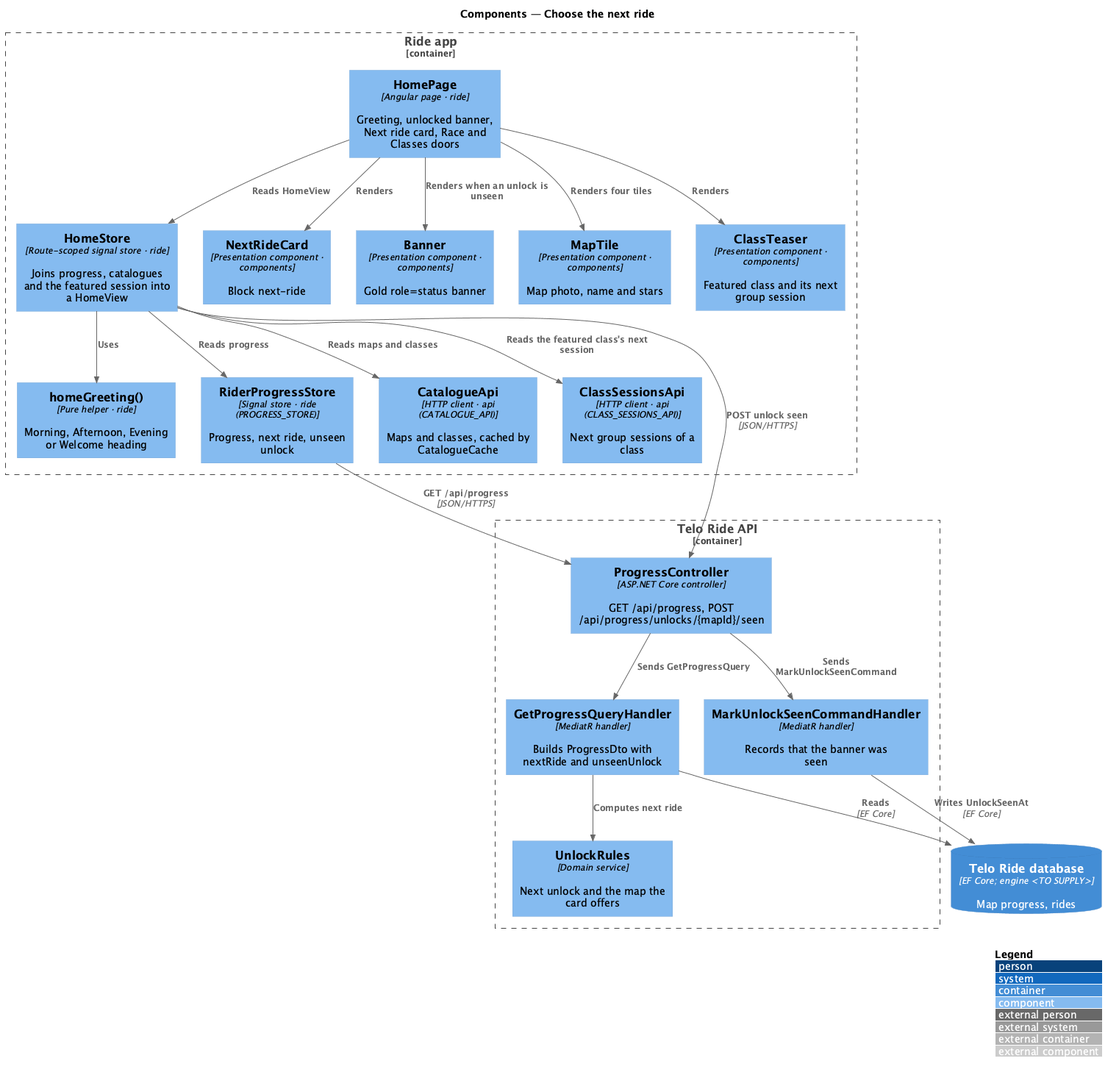
Before: docs/detailed-designs/home/choose-the-next-ride/diagrams/c4-component.png, a diagram exported from PlantUML (QuinntyneBrown/ride-one). The source it was exported from:
```plantuml
@startuml
!include <C4/C4_Component>
LAYOUT_WITH_LEGEND()
title Components — Choose the next ride

Container_Boundary(app, "Ride app") {
  Component(page, "HomePage", "Angular page · ride", "Greeting, unlocked banner, Next ride card, Race and Classes doors")
  Component(store, "HomeStore", "Route-scoped signal store · ride", "Joins progress, catalogues and the featured session into a HomeView")
  Component(greet, "homeGreeting()", "Pure helper · ride", "Morning, Afternoon, Evening or Welcome heading")
  Component(prog, "RiderProgressStore", "Signal store · ride (PROGRESS_STORE)", "Progress, next ride, unseen unlock")
  Component(cat, "CatalogueApi", "HTTP client · api (CATALOGUE_API)", "Maps and classes, cached by CatalogueCache")
  Component(sessions, "ClassSessionsApi", "HTTP client · api (CLASS_SESSIONS_API)", "Next group sessions of a class")
  Component(card, "NextRideCard", "Presentation component · components", "Block next-ride")
  Component(banner, "Banner", "Presentation component · components", "Gold role=status banner")
  Component(tile, "MapTile", "Presentation component · components", "Map photo, name and stars")
  Component(teaser, "ClassTeaser", "Presentation component · components", "Featured class and its next group session")
}
Container_Boundary(api, "Telo Ride API") {
  Component(ctrl, "ProgressController", "ASP.NET Core controller", "GET /api/progress, POST /api/progress/unlocks/{mapId}/seen")
  Component(qh, "GetProgressQueryHandler", "MediatR handler", "Builds ProgressDto with nextRide and unseenUnlock")
  Component(ch, "MarkUnlockSeenCommandHandler", "MediatR handler", "Records that the banner was seen")
  Component(rules, "UnlockRules", "Domain service", "Next unlock and the map the card offers")
}
ContainerDb(db, "Telo Ride database", "EF Core; engine <TO SUPPLY>", "Map progress, rides")

Rel(page, store, "Reads HomeView")
Rel(store, greet, "Uses")
Rel(store, prog, "Reads progress")
Rel(store, cat, "Reads maps and classes")
Rel(store, sessions, "Reads the featured class's next session")
Rel(page, card, "Renders")
Rel(page, banner, "Renders when an unlock is unseen")
Rel(page, tile, "Renders four tiles")
Rel(page, teaser, "Renders")
Rel(prog, ctrl, "GET /api/progress", "JSON/HTTPS")
Rel(store, ctrl, "POST unlock seen", "JSON/HTTPS")
Rel(ctrl, qh, "Sends GetProgressQuery")
Rel(ctrl, ch, "Sends MarkUnlockSeenCommand")
Rel(qh, rules, "Computes next ride")
Rel(qh, db, "Reads", "EF Core")
Rel(ch, db, "Writes UnlockSeenAt", "EF Core")
@enduml
```
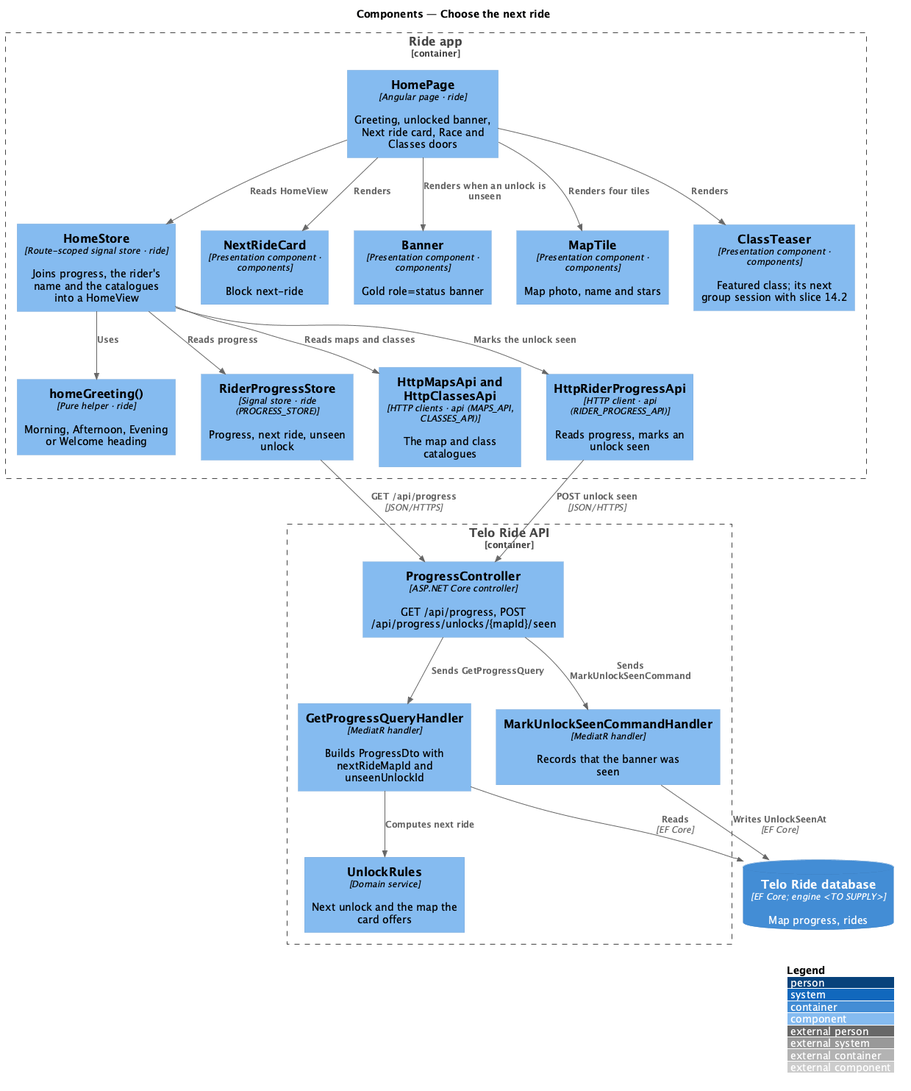
The same diagram one commit later.

Commit message:
Bring Home's design in line with the code it builds on (slice 13.2)

The edit, as a diff of the source:
```diff
@@ -5,19 +5,19 @@
 
 Container_Boundary(app, "Ride app") {
   Component(page, "HomePage", "Angular page · ride", "Greeting, unlocked banner, Next ride card, Race and Classes doors")
-  Component(store, "HomeStore", "Route-scoped signal store · ride", "Joins progress, catalogues and the featured session into a HomeView")
+  Component(store, "HomeStore", "Route-scoped signal store · ride", "Joins progress, the rider's name and the catalogues into a HomeView")
   Component(greet, "homeGreeting()", "Pure helper · ride", "Morning, Afternoon, Evening or Welcome heading")
   Component(prog, "RiderProgressStore", "Signal store · ride (PROGRESS_STORE)", "Progress, next ride, unseen unlock")
-  Component(cat, "CatalogueApi", "HTTP client · api (CATALOGUE_API)", "Maps and classes, cached by CatalogueCache")
-  Component(sessions, "ClassSessionsApi", "HTTP client · api (CLASS_SESSIONS_API)", "Next group sessions of a class")
+  Component(cat, "HttpMapsApi and HttpClassesApi", "HTTP clients · api (MAPS_API, CLASSES_API)", "The map and class catalogues")
+  Component(rpa, "HttpRiderProgressApi", "HTTP client · api (RIDER_PROGRESS_API)", "Reads progress, marks an unlock seen")
   Component(card, "NextRideCard", "Presentation component · components", "Block next-ride")
   Component(banner, "Banner", "Presentation component · components", "Gold role=status banner")
   Component(tile, "MapTile", "Presentation component · components", "Map photo, name and stars")
-  Component(teaser, "ClassTeaser", "Presentation component · components", "Featured class and its next group session")
+  Component(teaser, "ClassTeaser", "Presentation component · components", "Featured class; its next group session with slice 14.2")
 }
 Container_Boundary(api, "Telo Ride API") {
   Component(ctrl, "ProgressController", "ASP.NET Core controller", "GET /api/progress, POST /api/progress/unlocks/{mapId}/seen")
-  Component(qh, "GetProgressQueryHandler", "MediatR handler", "Builds ProgressDto with nextRide and unseenUnlock")
+  Component(qh, "GetProgressQueryHandler", "MediatR handler", "Builds ProgressDto with nextRideMapId and unseenUnlockId")
   Component(ch, "MarkUnlockSeenCommandHandler", "MediatR handler", "Records that the banner was seen")
   Component(rules, "UnlockRules", "Domain service", "Next unlock and the map the card offers")
 }
@@ -27,13 +27,13 @@
 Rel(store, greet, "Uses")
 Rel(store, prog, "Reads progress")
 Rel(store, cat, "Reads maps and classes")
-Rel(store, sessions, "Reads the featured class's next session")
+Rel(store, rpa, "Marks the unlock seen")
 Rel(page, card, "Renders")
 Rel(page, banner, "Renders when an unlock is unseen")
 Rel(page, tile, "Renders four tiles")
 Rel(page, teaser, "Renders")
 Rel(prog, ctrl, "GET /api/progress", "JSON/HTTPS")
-Rel(store, ctrl, "POST unlock seen", "JSON/HTTPS")
+Rel(rpa, ctrl, "POST unlock seen", "JSON/HTTPS")
 Rel(ctrl, qh, "Sends GetProgressQuery")
 Rel(ctrl, ch, "Sends MarkUnlockSeenCommand")
 Rel(qh, rules, "Computes next ride")
```
